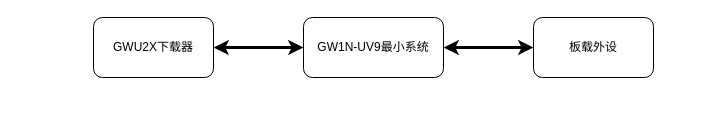
Earlier version of the draw.io diagram 硬件模块化设计.drawio (zeandon/draw.io). Source tidied: cells renumbered, new cells numbered last; positions are measured from the earlier drawing's top-left corner, leaving out a move shared by most shapes. Both pictures are drawn from the tidied source at 100%, with x=0, y=0 at pixel (93, 17).
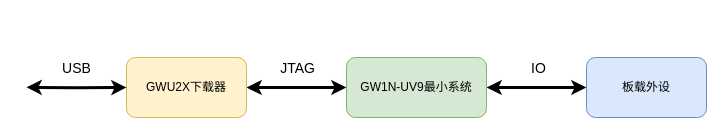
The same page after the edit.

Commit message (it also covers changes not shown here):
更新硬件模块化设计.drawio

Diff of the diagram source:
```diff
@@
 <mxGraphModel>
   <root>
     <mxCell id="0" />
     <mxCell id="1" parent="0" />
     <mxCell id="2" style="edgeStyle=orthogonalEdgeStyle;rounded=0;jettySize=auto;html=1;startArrow=classic;startFill=1;strokeWidth=3;" parent="1" edge="1" source="3" target="5">
       <mxGeometry relative="1" as="geometry" />
     </mxCell>
+    <mxCell id="7" value="JTAG" style="edgeLabel;html=1;align=center;verticalAlign=middle;fontSize=14;" parent="2" vertex="1">
+      <mxGeometry x="0.35" relative="1" as="geometry">
+        <mxPoint x="-18" y="-20" as="offset" />
+      </mxGeometry>
+    </mxCell>
-    <mxCell id="3" value="GWU2X下载器" style="rounded=1;whiteSpace=wrap;html=1;" parent="1" vertex="1">
-      <mxGeometry width="120" height="60" as="geometry" />
+    <mxCell id="3" value="GWU2X下载器" style="rounded=1;whiteSpace=wrap;html=1;fillColor=#fff2cc;strokeColor=#d6b656;" parent="1" vertex="1">
+      <mxGeometry x="33" y="40" width="120" height="60" as="geometry" />
     </mxCell>
     <mxCell id="4" style="edgeStyle=orthogonalEdgeStyle;rounded=0;jettySize=auto;html=1;startArrow=classic;startFill=1;strokeWidth=3;" parent="1" edge="1" source="5" target="6">
       <mxGeometry relative="1" as="geometry">
         <Array as="points">
-          <mxPoint x="370" y="30" />
-          <mxPoint x="370" y="30" />
+          <mxPoint x="413" y="70" />
+          <mxPoint x="413" y="70" />
         </Array>
       </mxGeometry>
     </mxCell>
+    <mxCell id="8" value="IO" style="edgeLabel;html=1;align=center;verticalAlign=middle;fontSize=14;" parent="4" vertex="1">
+      <mxGeometry x="0.01" relative="1" as="geometry">
+        <mxPoint y="-20" as="offset" />
+      </mxGeometry>
+    </mxCell>
-    <mxCell id="5" value="GW1N-UV9最小系统" style="rounded=1;whiteSpace=wrap;html=1;" parent="1" vertex="1">
-      <mxGeometry x="210" width="140" height="60" as="geometry" />
+    <mxCell id="5" value="GW1N-UV9最小系统" style="rounded=1;whiteSpace=wrap;html=1;fillColor=#d5e8d4;strokeColor=#82b366;" parent="1" vertex="1">
+      <mxGeometry x="253" y="40" width="140" height="60" as="geometry" />
     </mxCell>
-    <mxCell id="6" value="板载外设" style="rounded=1;whiteSpace=wrap;html=1;" parent="1" vertex="1">
-      <mxGeometry x="440" width="120" height="60" as="geometry" />
+    <mxCell id="6" value="板载外设" style="rounded=1;whiteSpace=wrap;html=1;fillColor=#dae8fc;strokeColor=#6c8ebf;" parent="1" vertex="1">
+      <mxGeometry x="493" y="40" width="120" height="60" as="geometry" />
     </mxCell>
+    <mxCell id="9" style="edgeStyle=orthogonalEdgeStyle;rounded=0;jettySize=auto;html=1;startArrow=classic;startFill=1;strokeWidth=3;entryX=0;entryY=0.5;entryDx=0;entryDy=0;" parent="1" edge="1" target="3">
+      <mxGeometry relative="1" as="geometry">
+        <mxPoint x="-67" y="69.8" as="sourcePoint" />
+      </mxGeometry>
+    </mxCell>
+    <mxCell id="10" value="USB" style="edgeLabel;html=1;align=center;verticalAlign=middle;fontSize=14;" parent="9" vertex="1">
+      <mxGeometry x="0.35" relative="1" as="geometry">
+        <mxPoint x="-18" y="-20" as="offset" />
+      </mxGeometry>
+    </mxCell>
   </root>
 </mxGraphModel>
```
